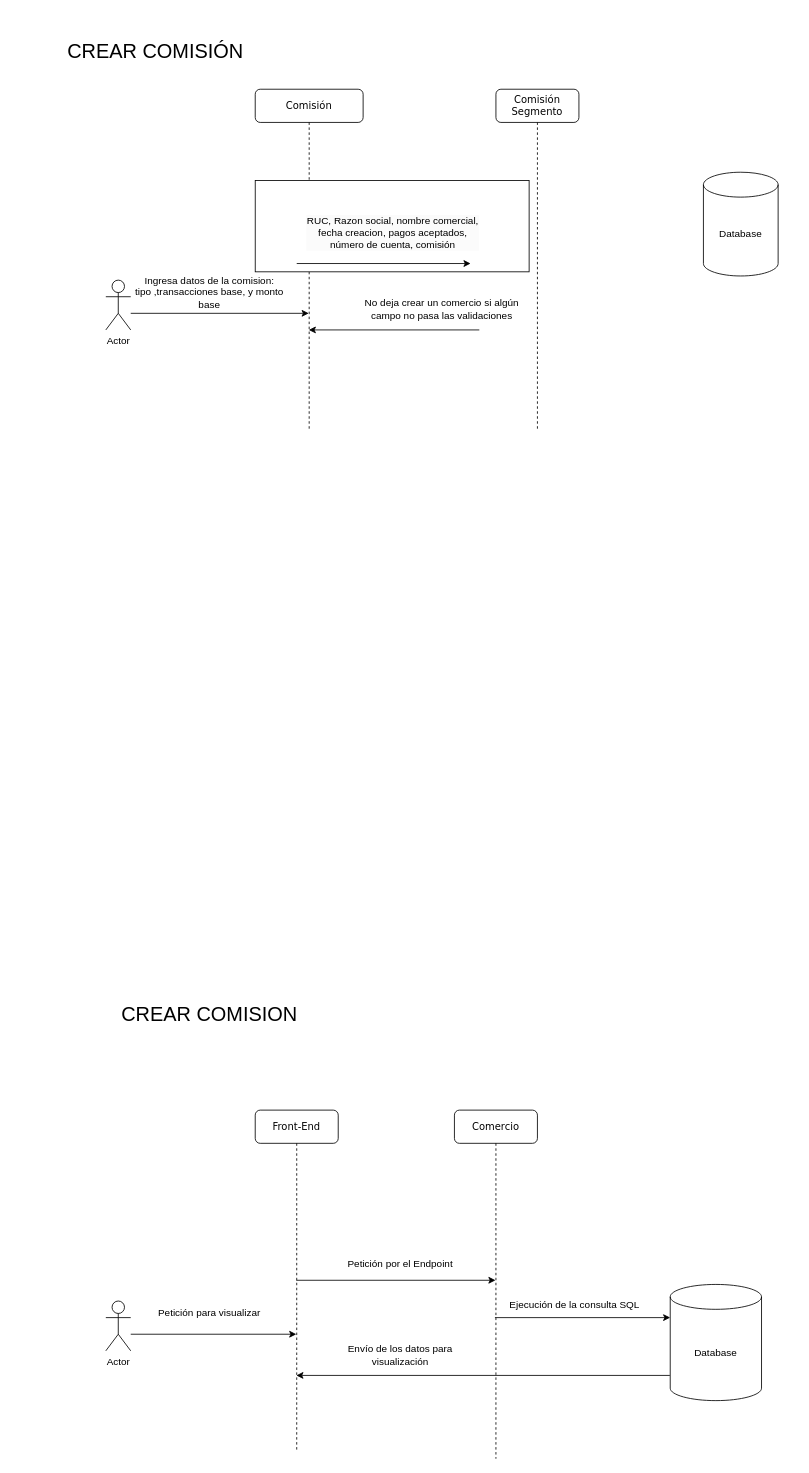
Earlier version of the draw.io diagram Diagrama sin título.drawio (mvespin1/DiagramasArquitecturaGrupo2). Source tidied: cells renumbered, new cells numbered last; positions are measured from the earlier drawing's top-left corner, leaving out a move shared by most shapes. Both pictures are drawn from the tidied source at 83%, with x=0, y=0 at pixel (14, 14).
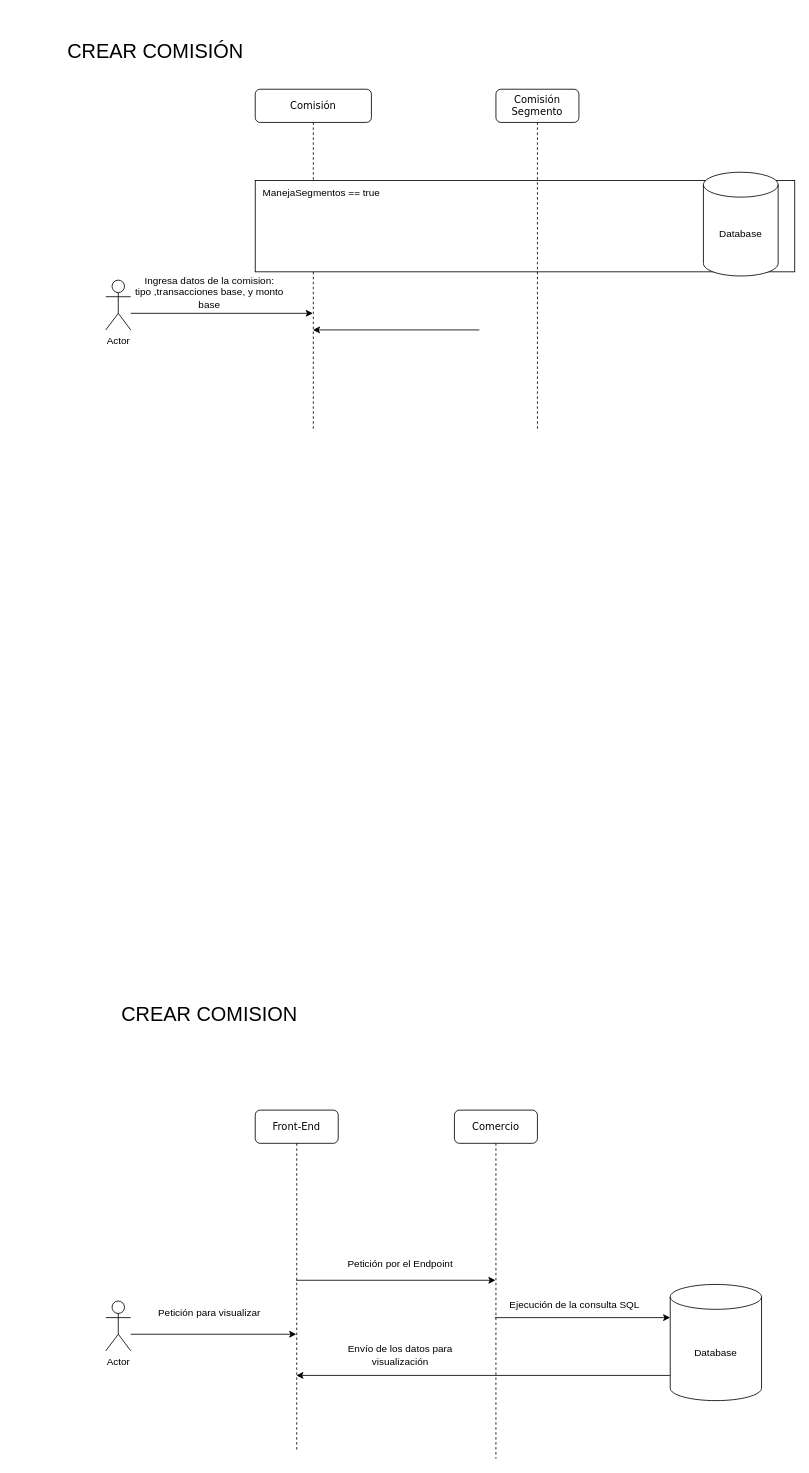
Above is the later version.

Commit message:
Actualizar DiagramaSegmentoComision

What changed in the source:
```diff
@@
     <mxCell id="15" value="Comisión" style="shape=umlLifeline;perimeter=lifelinePerimeter;whiteSpace=wrap;html=1;outlineConnect=0;rounded=1;shadow=0;comic=0;labelBackgroundColor=none;strokeWidth=1;fontFamily=Verdana;fontSize=12;align=center;" parent="1" vertex="1">
-      <mxGeometry x="290" y="90" width="130" height="410" as="geometry" />
+      <mxGeometry x="290" y="90" width="140" height="410" as="geometry" />
     </mxCell>
     <mxCell id="16" style="rounded=0;whiteSpace=wrap;html=1;" parent="15" vertex="1">
-      <mxGeometry y="110" width="330" height="110" as="geometry" />
+      <mxGeometry y="110" width="650" height="110" as="geometry" />
     </mxCell>
+    <mxCell id="27" value="ManejaSegmentos == true" style="text;strokeColor=none;align=center;fillColor=none;html=1;verticalAlign=middle;whiteSpace=wrap;rounded=0;" parent="15" vertex="1">
+      <mxGeometry x="-10" y="110" width="180" height="30" as="geometry" />
+    </mxCell>
@@
-    <mxCell id="19" style="endArrow=classic;html=1;rounded=0;" parent="1" edge="1">
-      <mxGeometry relative="1" as="geometry">
-        <mxPoint x="340" y="300" as="sourcePoint" />
-        <mxPoint x="549.5" y="300" as="targetPoint" />
-      </mxGeometry>
-    </mxCell>
@@
-    <mxCell id="22" value="No deja crear un comercio si algún campo no pasa las validaciones" style="text;strokeColor=none;align=center;fillColor=none;html=1;verticalAlign=middle;whiteSpace=wrap;rounded=0;" parent="1" vertex="1">
-      <mxGeometry x="420" y="340" width="190" height="30" as="geometry" />
-    </mxCell>
-    <mxCell id="23" value="&lt;div style=&quot;forced-color-adjust: none; color: rgb(0, 0, 0); font-family: Helvetica; font-size: 12px; font-style: normal; font-variant-ligatures: normal; font-variant-caps: normal; font-weight: 400; letter-spacing: normal; orphans: 2; text-align: center; text-indent: 0px; text-transform: none; widows: 2; word-spacing: 0px; -webkit-text-stroke-width: 0px; white-space: normal; background-color: rgb(251, 251, 251); text-decoration-thickness: initial; text-decoration-style: initial; text-decoration-color: initial;&quot;&gt;RUC, Razon social, nombre comercial, fecha creacion, pagos aceptados, número de cuenta, comisión&lt;/div&gt;" style="text;whiteSpace=wrap;html=1;" parent="1" vertex="1">
-      <mxGeometry x="350" y="235" width="210" height="70" as="geometry" />
-    </mxCell>
```
